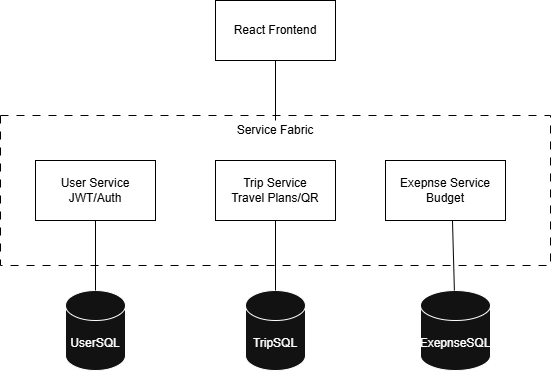
Above: Arhitektura.drawio.png in Teodora2222/WebProject (draw.io), before the change. Source tidied: cells renumbered, new cells last; positions are measured from the earlier drawing's top-left corner, leaving out a move shared by most shapes.
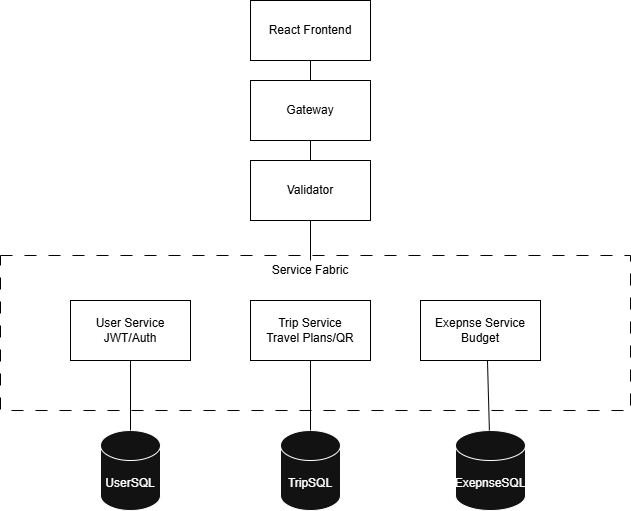
After the change.

Diff of the diagram source:
```diff
@@ -3,10 +3,10 @@
     <mxCell id="0" />
     <mxCell id="1" parent="0" />
     <mxCell id="2" style="rounded=0;whiteSpace=wrap;html=1;fillColor=light-dark(#FFFFFF,#FFFFFF);strokeColor=light-dark(#000000,#000000);" parent="1" vertex="1">
-      <mxGeometry x="215" width="120" height="60" as="geometry" />
+      <mxGeometry x="215" y="-140" width="120" height="60" as="geometry" />
     </mxCell>
     <mxCell id="3" value="&lt;font style=&quot;color: light-dark(rgb(0, 0, 0), rgb(0, 0, 0));&quot;&gt;React Frontend&lt;/font&gt;" style="text;html=1;whiteSpace=wrap;strokeColor=none;fillColor=none;align=center;verticalAlign=middle;rounded=0;" parent="1" vertex="1">
-      <mxGeometry x="230" y="15" width="90" height="30" as="geometry" />
+      <mxGeometry x="230" y="-125" width="90" height="30" as="geometry" />
     </mxCell>
     <mxCell id="4" style="rounded=0;whiteSpace=wrap;html=1;fillColor=light-dark(#FFFFFF,#FFFFFF);strokeColor=light-dark(#000000,#000000);" parent="1" vertex="1">
       <mxGeometry x="35" y="160" width="120" height="60" as="geometry" />
@@ -35,9 +35,6 @@
     <mxCell id="12" value="ExepnseSQL" style="shape=cylinder3;whiteSpace=wrap;html=1;boundedLbl=1;backgroundOutline=1;size=15;" parent="1" vertex="1">
       <mxGeometry x="420" y="290" width="70" height="80" as="geometry" />
     </mxCell>
-    <mxCell id="13" style="rounded=0;whiteSpace=wrap;html=1;strokeColor=light-dark(#000000,#000000);fillColor=light-dark(#FFFFFF,transparent);dashed=1;dashPattern=8 8;" parent="1" vertex="1">
-      <mxGeometry y="115" width="550" height="150" as="geometry" />
-    </mxCell>
     <mxCell id="14" value="&lt;span&gt;&lt;font style=&quot;color: light-dark(rgb(0, 0, 0), rgb(0, 0, 0));&quot;&gt;Service Fabric&lt;/font&gt;&lt;/span&gt;" style="text;html=1;whiteSpace=wrap;strokeColor=none;fillColor=none;align=center;verticalAlign=middle;rounded=0;" parent="1" vertex="1">
       <mxGeometry x="230" y="115" width="90" height="30" as="geometry" />
     </mxCell>
@@ -52,8 +49,28 @@
     </mxCell>
     <mxCell id="18" style="endArrow=none;html=1;rounded=0;entryX=0.5;entryY=1;entryDx=0;entryDy=0;strokeColor=light-dark(#000000,#000000);" parent="1" edge="1" target="2">
       <mxGeometry relative="1" as="geometry">
-        <mxPoint x="275" y="120" as="sourcePoint" />
+        <mxPoint x="275" y="-30" as="sourcePoint" />
       </mxGeometry>
     </mxCell>
+    <mxCell id="19" style="endArrow=none;html=1;rounded=0;entryX=0.5;entryY=1;entryDx=0;entryDy=0;strokeColor=light-dark(#000000,#000000);" parent="1" edge="1" target="20">
+      <mxGeometry relative="1" as="geometry">
+        <mxPoint x="275" y="120" as="sourcePoint" />
+      </mxGeometry>
+    </mxCell>
+    <mxCell id="20" style="rounded=0;whiteSpace=wrap;html=1;fillColor=light-dark(#FFFFFF,#FFFFFF);strokeColor=light-dark(#000000,#000000);" parent="1" vertex="1">
+      <mxGeometry x="215" y="-60" width="120" height="60" as="geometry" />
+    </mxCell>
+    <mxCell id="21" style="rounded=0;whiteSpace=wrap;html=1;fillColor=light-dark(#FFFFFF,#FFFFFF);strokeColor=light-dark(#000000,#000000);" parent="1" vertex="1">
+      <mxGeometry x="215" y="20" width="120" height="60" as="geometry" />
+    </mxCell>
+    <mxCell id="22" value="&lt;font style=&quot;color: light-dark(rgb(0, 0, 0), rgb(0, 0, 0));&quot;&gt;Gateway&lt;/font&gt;" style="text;html=1;whiteSpace=wrap;strokeColor=none;fillColor=none;align=center;verticalAlign=middle;rounded=0;" parent="1" vertex="1">
+      <mxGeometry x="245" y="-45" width="60" height="30" as="geometry" />
+    </mxCell>
+    <mxCell id="23" value="&lt;font style=&quot;color: light-dark(rgb(0, 0, 0), rgb(0, 0, 0));&quot;&gt;Validator&lt;/font&gt;" style="text;html=1;whiteSpace=wrap;strokeColor=none;fillColor=none;align=center;verticalAlign=middle;rounded=0;" parent="1" vertex="1">
+      <mxGeometry x="245" y="35" width="60" height="30" as="geometry" />
+    </mxCell>
+    <mxCell id="24" style="rounded=0;whiteSpace=wrap;html=1;strokeColor=light-dark(#000000,#000000);fillColor=light-dark(#FFFFFF,transparent);dashed=1;dashPattern=12 12;" parent="1" vertex="1">
+      <mxGeometry x="-35" y="115" width="630" height="155" as="geometry" />
+    </mxCell>
   </root>
 </mxGraphModel>
```
